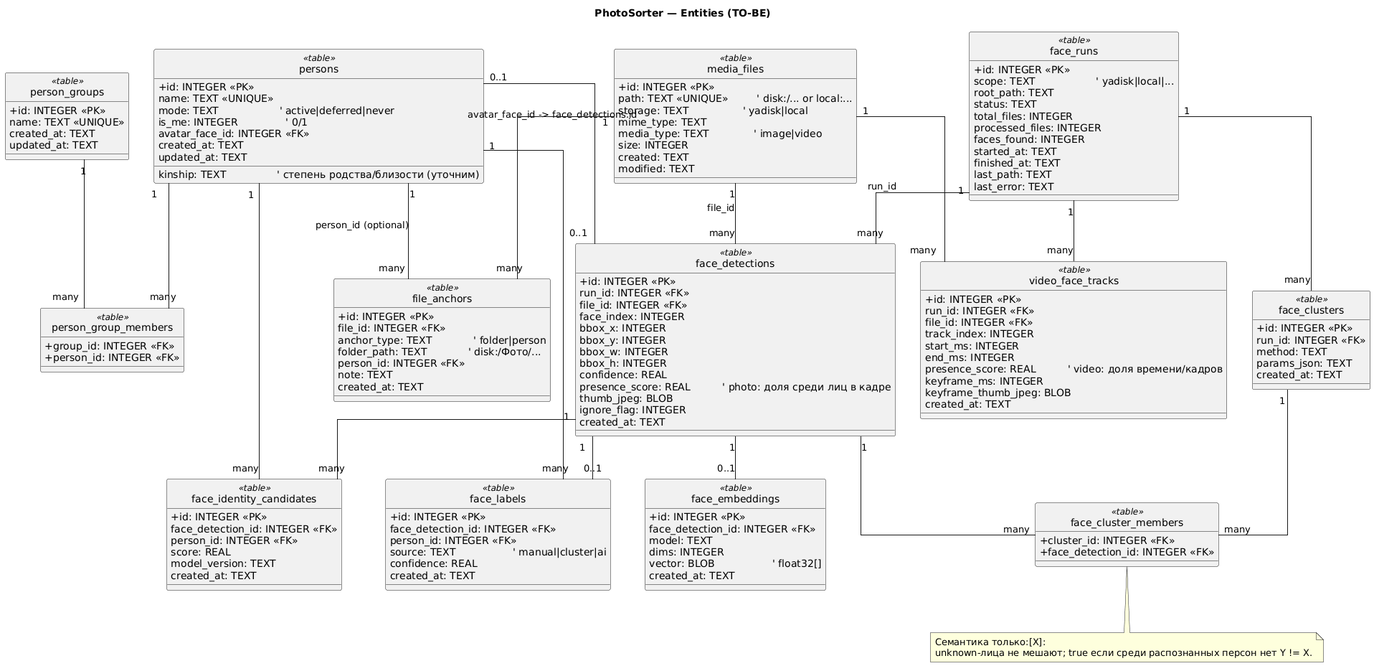
Above: docs/diagrams/entities_to_be.png in mzaborov/PhotoSorter (PlantUML), before the change.
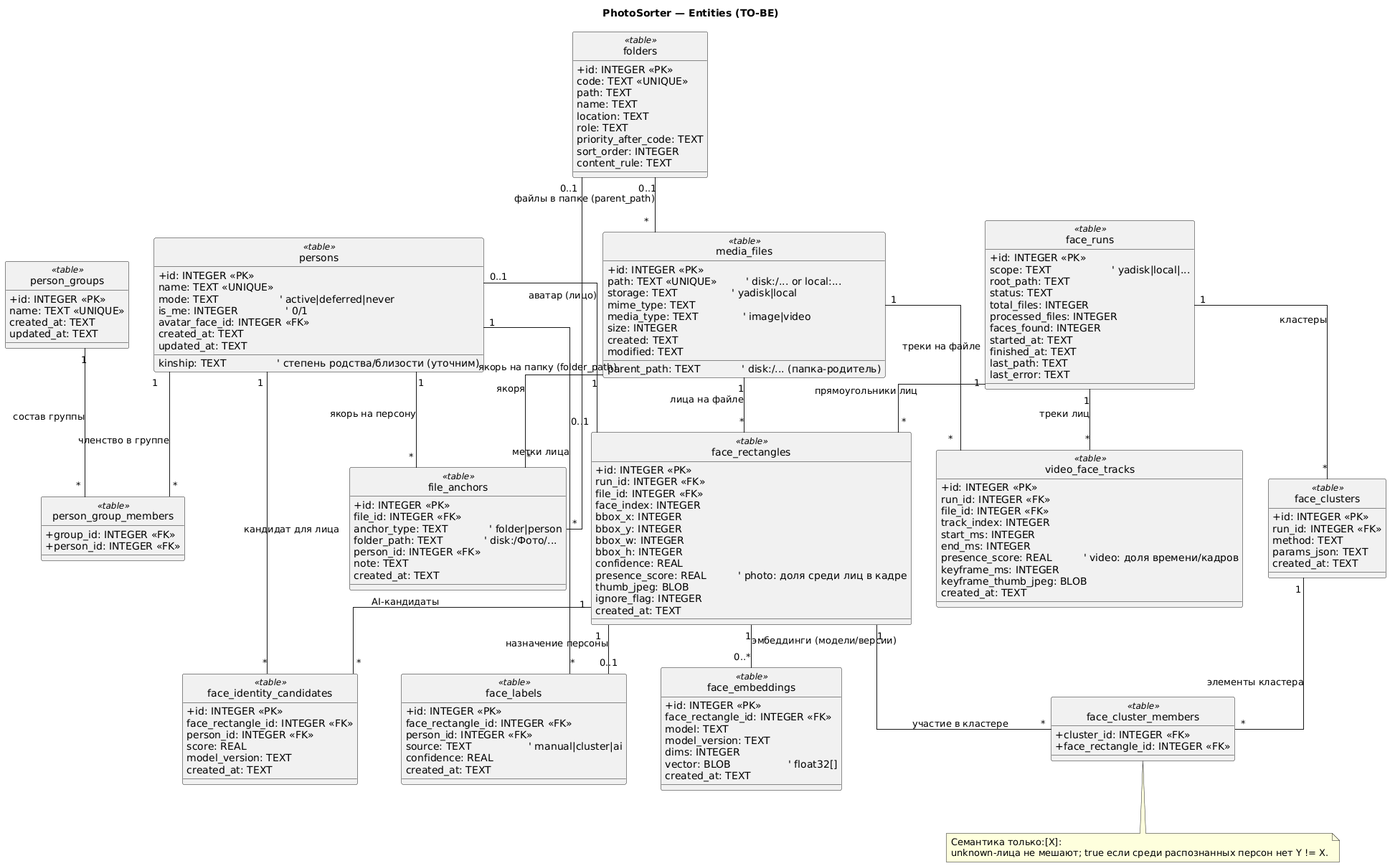
Above is the later version.

Commit message:
диаграммы и лица: папки, face_rectangles, эмбеддинги

Diff of the diagram source:
```diff
@@ -29,12 +29,25 @@
   +person_id: INTEGER <<FK>>
 }
 
-person_groups "1" -- "many" person_group_members
-persons "1" -- "many" person_group_members
+person_groups "1" -- "*" person_group_members : состав группы
+persons "1" -- "*" person_group_members : членство в группе
+
+class folders <<table>> {
+  +id: INTEGER <<PK>>
+  code: TEXT <<UNIQUE>>
+  path: TEXT
+  name: TEXT
+  location: TEXT
+  role: TEXT
+  priority_after_code: TEXT
+  sort_order: INTEGER
+  content_rule: TEXT
+}
 
 class media_files <<table>> {
   +id: INTEGER <<PK>>
   path: TEXT <<UNIQUE>>         ' disk:/... or local:...
+  parent_path: TEXT             ' disk:/... (папка-родитель)
   storage: TEXT                 ' yadisk|local
   mime_type: TEXT
   media_type: TEXT              ' image|video
@@ -57,7 +70,7 @@
   last_error: TEXT
 }
 
-class face_detections <<table>> {
+class face_rectangles <<table>> {
   +id: INTEGER <<PK>>
   run_id: INTEGER <<FK>>
   file_id: INTEGER <<FK>>
@@ -73,33 +86,34 @@
   created_at: TEXT
 }
 
-face_runs "1" -- "many" face_detections : run_id
-media_files "1" -- "many" face_detections : file_id
-persons "0..1" -- "0..1" face_detections : avatar_face_id -> face_detections.id
+face_runs "1" -- "*" face_rectangles : прямоугольники лиц
+media_files "1" -- "*" face_rectangles : лица на файле
+persons "0..1" -- "0..1" face_rectangles : аватар (лицо)
+folders "0..1" -- "*" media_files : файлы в папке (parent_path)
 
 class face_labels <<table>> {
   +id: INTEGER <<PK>>
-  face_detection_id: INTEGER <<FK>>
+  face_rectangle_id: INTEGER <<FK>>
   person_id: INTEGER <<FK>>
   source: TEXT                  ' manual|cluster|ai
   confidence: REAL
   created_at: TEXT
 }
 
-face_detections "1" -- "0..1" face_labels
-persons "1" -- "many" face_labels
+face_rectangles "1" -- "0..1" face_labels : назначение персоны
+persons "1" -- "*" face_labels : метки лица
 
 class face_identity_candidates <<table>> {
   +id: INTEGER <<PK>>
-  face_detection_id: INTEGER <<FK>>
+  face_rectangle_id: INTEGER <<FK>>
   person_id: INTEGER <<FK>>
   score: REAL
   model_version: TEXT
   created_at: TEXT
 }
 
-face_detections "1" -- "many" face_identity_candidates
-persons "1" -- "many" face_identity_candidates
+face_rectangles "1" -- "*" face_identity_candidates : AI-кандидаты
+persons "1" -- "*" face_identity_candidates : кандидат для лица
 
 class file_anchors <<table>> {
   +id: INTEGER <<PK>>
@@ -111,8 +125,9 @@
   created_at: TEXT
 }
 
-media_files "1" -- "many" file_anchors
-persons "1" -- "many" file_anchors : person_id (optional)
+media_files "1" -- "*" file_anchors : якоря
+persons "1" -- "*" file_anchors : якорь на персону
+folders "0..1" -- "*" file_anchors : якорь на папку (folder_path)
 
 class video_face_tracks <<table>> {
   +id: INTEGER <<PK>>
@@ -127,19 +142,20 @@
   created_at: TEXT
 }
 
-face_runs "1" -- "many" video_face_tracks
-media_files "1" -- "many" video_face_tracks
+face_runs "1" -- "*" video_face_tracks : треки лиц
+media_files "1" -- "*" video_face_tracks : треки на файле
 
 class face_embeddings <<table>> {
   +id: INTEGER <<PK>>
-  face_detection_id: INTEGER <<FK>>
+  face_rectangle_id: INTEGER <<FK>>
   model: TEXT
+  model_version: TEXT
   dims: INTEGER
   vector: BLOB                  ' float32[]
   created_at: TEXT
 }
 
-face_detections "1" -- "0..1" face_embeddings
+face_rectangles "1" -- "0..*" face_embeddings : эмбеддинги (модели/версии)
 
 class face_clusters <<table>> {
   +id: INTEGER <<PK>>
@@ -151,12 +167,12 @@
 
 class face_cluster_members <<table>> {
   +cluster_id: INTEGER <<FK>>
-  +face_detection_id: INTEGER <<FK>>
+  +face_rectangle_id: INTEGER <<FK>>
 }
 
-face_runs "1" -- "many" face_clusters
-face_clusters "1" -- "many" face_cluster_members
-face_detections "1" -- "many" face_cluster_members
+face_runs "1" -- "*" face_clusters : кластеры
+face_clusters "1" -- "*" face_cluster_members : элементы кластера
+face_rectangles "1" -- "*" face_cluster_members : участие в кластере
 
 note bottom
   Семантика только:[X]:
```
